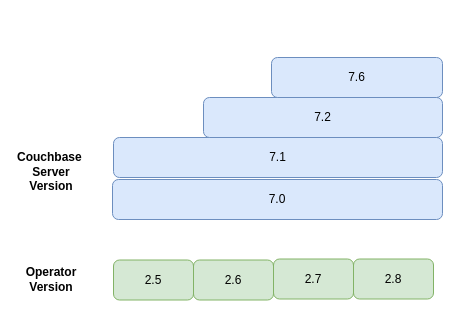
Before: drawio-charts/cb-server-compat.drawio in couchbase/docs-operator, a draw.io diagram. Source tidied: cells renumbered, new cells numbered last; positions are measured from the earlier drawing's top-left corner, leaving out a move shared by most shapes. Both pictures are drawn from the tidied source at 100%, with x=0, y=0 at pixel (31, 57).
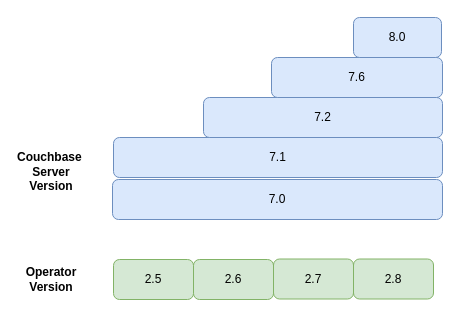
After the change.

Commit message (it also covers changes not shown here):
server compatibility chart for 2.8

What changed in the source:
```diff
@@
 <mxGraphModel>
   <root>
     <mxCell id="0" />
     <mxCell id="1" parent="0" />
     <mxCell id="2" value="&lt;div&gt;&lt;br&gt;&lt;/div&gt;&lt;div&gt;&lt;b&gt;Couchbase&amp;nbsp;&lt;/b&gt;&lt;/div&gt;&lt;div&gt;&lt;b&gt;Server&lt;/b&gt;&lt;/div&gt;&lt;div&gt;&lt;b&gt;Version&lt;br&gt;&lt;/b&gt;&lt;/div&gt;" style="text;html=1;strokeColor=none;fillColor=none;align=center;verticalAlign=middle;whiteSpace=wrap;rounded=0;rotation=0;" parent="1" vertex="1">
       <mxGeometry y="97" width="40" height="20" as="geometry" />
     </mxCell>
     <mxCell id="3" value="&lt;div&gt;&lt;b&gt;Operator&lt;/b&gt;&lt;/div&gt;&lt;div&gt;&lt;b&gt;Version&lt;/b&gt;&lt;/div&gt;" style="text;html=1;strokeColor=none;fillColor=none;align=center;verticalAlign=middle;whiteSpace=wrap;rounded=0;rotation=0;" parent="1" vertex="1">
       <mxGeometry y="212" width="40" height="20" as="geometry" />
     </mxCell>
     <mxCell id="4" value="7.0" style="rounded=1;whiteSpace=wrap;html=1;fillColor=#dae8fc;strokeColor=#6c8ebf;" parent="1" vertex="1">
       <mxGeometry x="81" y="122" width="330" height="40" as="geometry" />
     </mxCell>
     <mxCell id="5" value="7.1" style="rounded=1;whiteSpace=wrap;html=1;fillColor=#dae8fc;strokeColor=#6c8ebf;" parent="1" vertex="1">
       <mxGeometry x="82" y="80" width="329" height="40" as="geometry" />
     </mxCell>
     <mxCell id="6" value="7.2" style="rounded=1;whiteSpace=wrap;html=1;fillColor=#dae8fc;strokeColor=#6c8ebf;" parent="1" vertex="1">
       <mxGeometry x="172" y="40" width="239" height="40" as="geometry" />
     </mxCell>
     <mxCell id="7" value="2.5" style="rounded=1;whiteSpace=wrap;html=1;fillColor=#d5e8d4;strokeColor=#82b366;" parent="1" vertex="1">
-      <mxGeometry x="82" y="202.5" width="80" height="40" as="geometry" />
+      <mxGeometry x="82" y="202" width="80" height="40" as="geometry" />
     </mxCell>
     <mxCell id="8" value="2.6" style="rounded=1;whiteSpace=wrap;html=1;fillColor=#d5e8d4;strokeColor=#82b366;" parent="1" vertex="1">
-      <mxGeometry x="162" y="202.5" width="80" height="40" as="geometry" />
+      <mxGeometry x="162" y="202" width="80" height="40" as="geometry" />
     </mxCell>
     <mxCell id="9" value="2.7" style="rounded=1;whiteSpace=wrap;html=1;fillColor=#d5e8d4;strokeColor=#82b366;" parent="1" vertex="1">
       <mxGeometry x="242" y="201.5" width="80" height="40" as="geometry" />
     </mxCell>
     <mxCell id="10" value="7.6" style="rounded=1;whiteSpace=wrap;html=1;fillColor=#dae8fc;strokeColor=#6c8ebf;" parent="1" vertex="1">
       <mxGeometry x="240" width="171" height="40" as="geometry" />
     </mxCell>
     <mxCell id="11" value="2.8" style="rounded=1;whiteSpace=wrap;html=1;fillColor=#d5e8d4;strokeColor=#82b366;" parent="1" vertex="1">
       <mxGeometry x="322" y="201.5" width="80" height="40" as="geometry" />
     </mxCell>
+    <mxCell id="12" value="8.0" style="rounded=1;whiteSpace=wrap;html=1;fillColor=#dae8fc;strokeColor=#6c8ebf;" parent="1" vertex="1">
+      <mxGeometry x="322" y="-40" width="88" height="40" as="geometry" />
+    </mxCell>
   </root>
 </mxGraphModel>
```
